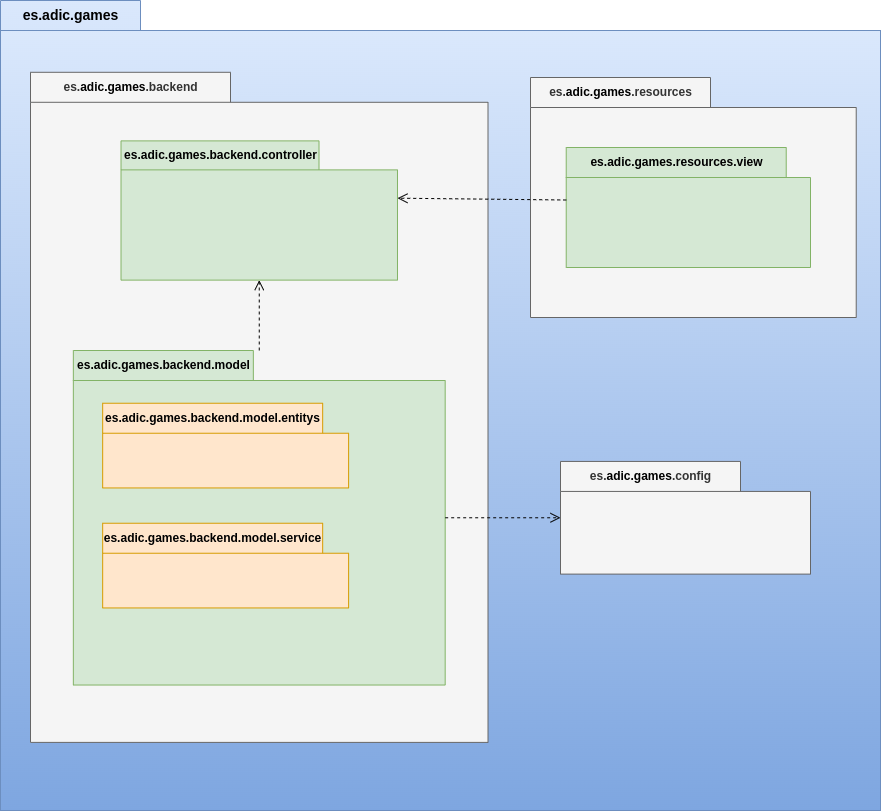
Above: images/diagramas/paquetes.drawio.png in nexphernandez/Adict-Games (draw.io), before the change. Source tidied: cells renumbered, new cells last; positions are measured from the earlier drawing's top-left corner, leaving out a move shared by most shapes.
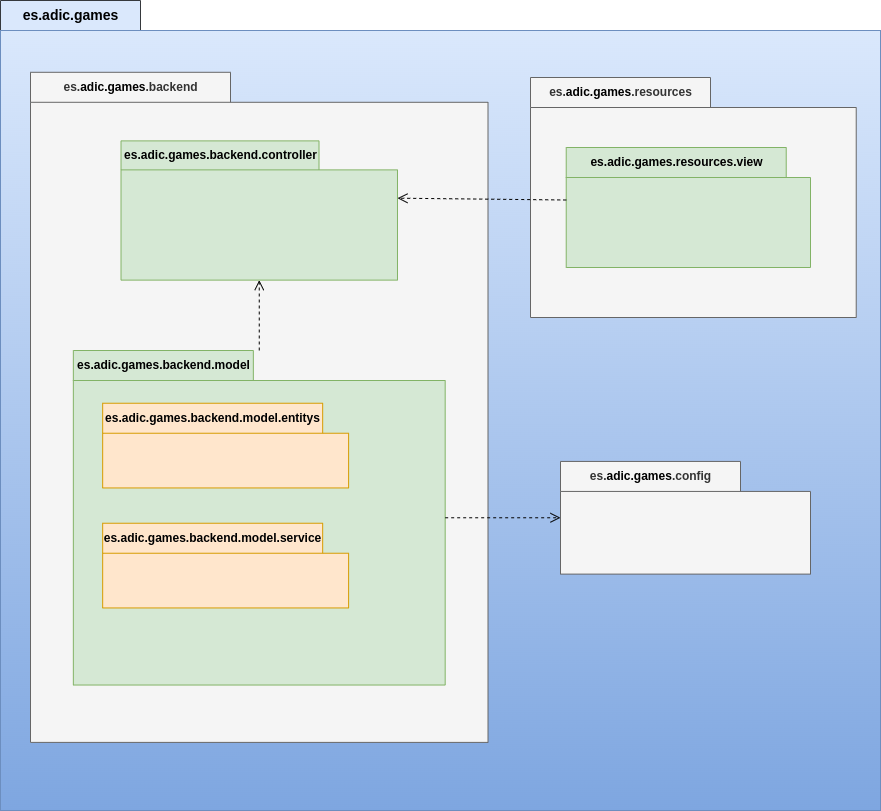
After the commit.

Commit message:
Se cambia el color del diagrama de paquetes #6

What changed in the source:
```diff
@@ -2,7 +2,7 @@
   <root>
     <mxCell id="0" />
     <mxCell id="1" parent="0" />
-    <mxCell id="2" value="&lt;font style=&quot;font-size: 14px;&quot;&gt;es.adic.games&lt;/font&gt;" style="shape=folder;fontStyle=1;tabWidth=140;tabHeight=30;tabPosition=left;html=1;boundedLbl=1;labelInHeader=1;fillColor=#dae8fc;gradientColor=#7ea6e0;strokeColor=#6c8ebf;" parent="1" vertex="1">
+    <mxCell id="2" value="&lt;font style=&quot;font-size: 14px;&quot;&gt;es.adic.games&lt;/font&gt;" style="shape=folder;fontStyle=1;tabWidth=140;tabHeight=30;tabPosition=left;html=1;boundedLbl=1;labelInHeader=1;fillColor=#DAE8FC;strokeColor=#36393d;" parent="1" vertex="1">
       <mxGeometry width="840" height="741.9" as="geometry" />
     </mxCell>
     <mxCell id="3" style="html=1;fillColor=#dae8fc;gradientColor=#7ea6e0;strokeColor=#6c8ebf;" parent="2" vertex="1">
```
